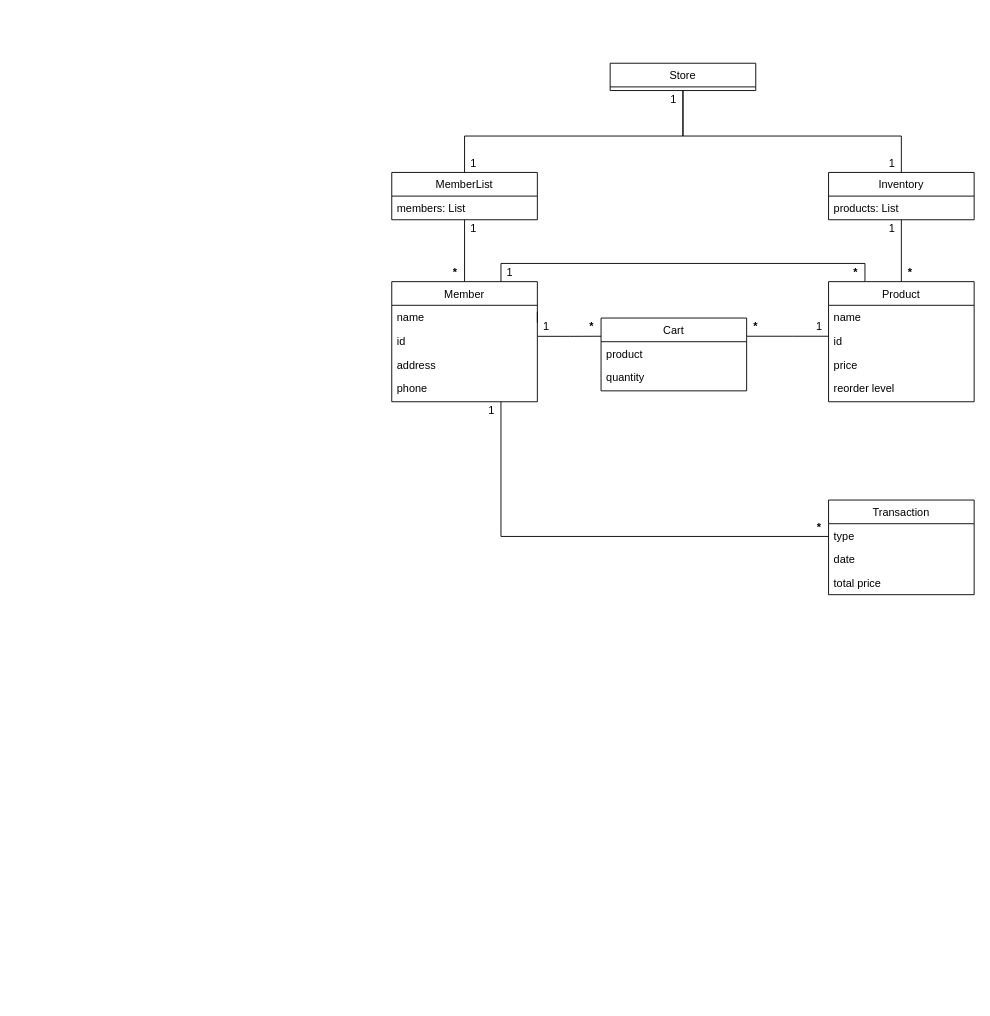
qaalib101/ICS372GroupProject1 keeps this draw.io diagram as Class Diagrams/Physical/ClassDiagram.drawio. Above is the earlier version. Source tidied: cells renumbered, new cells numbered last; positions are measured from the earlier drawing's top-left corner, leaving out a move shared by most shapes. Both pictures are drawn from the tidied source at 91%, with x=0, y=0 at pixel (391, 63).
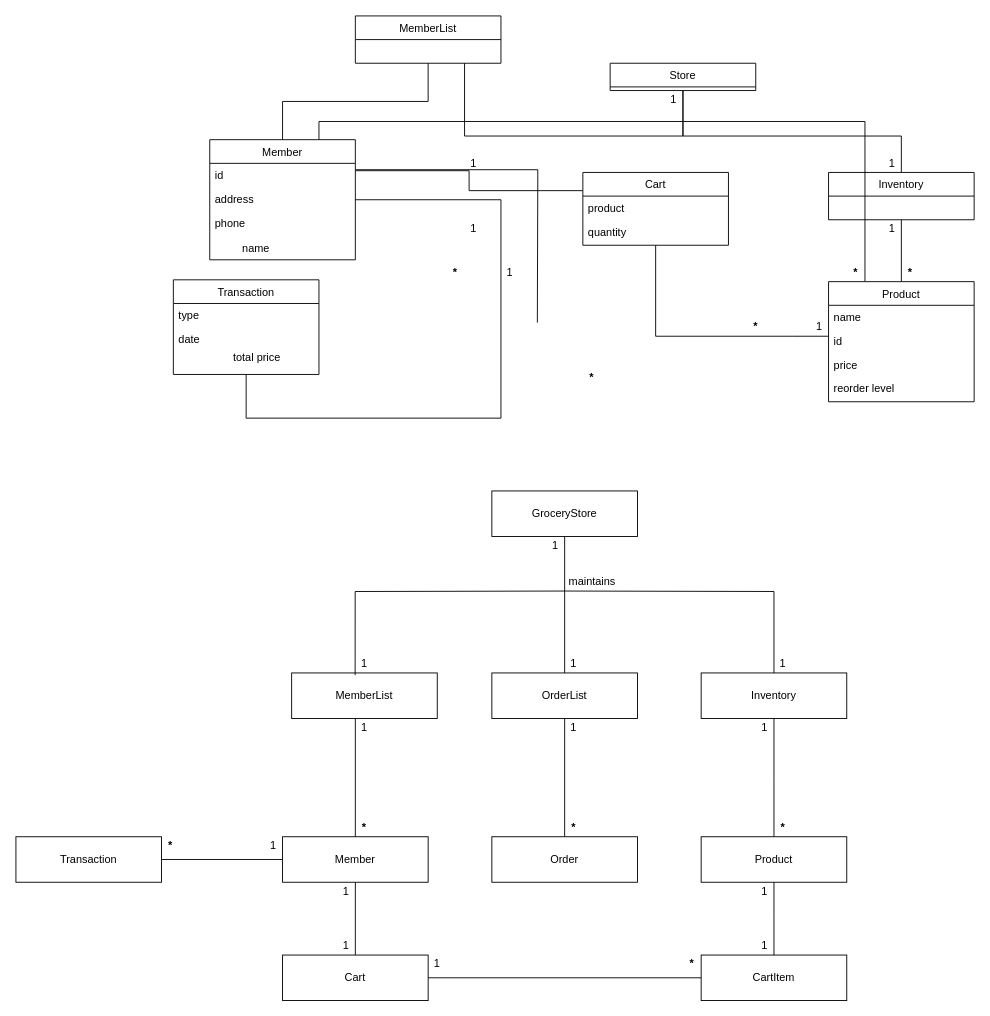
The same diagram, later.

Unchanged cells that the change refers to:
```xml
<mxCell id="9" value="Inventory" style="swimlane;fontStyle=0;align=center;verticalAlign=top;horizontal=1;startSize=26;rounded=0;shadow=0;strokeWidth=1;" parent="1" vertex="1">
  <mxGeometry x="480" y="120" width="160" height="52" as="geometry" />
</mxCell>
```

The edit, as a diff of the source:
```diff
@@
     <mxCell id="6" value="MemberList" style="swimlane;fontStyle=0;align=center;verticalAlign=top;horizontal=1;startSize=26;rounded=0;shadow=0;strokeWidth=1;" parent="1" vertex="1">
-      <mxGeometry y="120" width="160" height="52" as="geometry" />
+      <mxGeometry x="-40" y="-52" width="160" height="52" as="geometry" />
     </mxCell>
-    <mxCell id="7" value="members: List" style="text;align=left;verticalAlign=top;spacingLeft=4;spacingRight=4;overflow=hidden;" parent="6" vertex="1">
-      <mxGeometry y="26" width="160" height="26" as="geometry" />
-    </mxCell>
@@
-    <mxCell id="10" value="products: List" style="text;align=left;verticalAlign=top;spacingLeft=4;spacingRight=4;overflow=hidden;" parent="9" vertex="1">
-      <mxGeometry y="26" width="160" height="26" as="geometry" />
-    </mxCell>
     <mxCell id="11" style="edgeStyle=orthogonalEdgeStyle;rounded=0;jettySize=auto;html=1;endArrow=none;endFill=0;" parent="1" edge="1" source="13" target="28">
       <mxGeometry relative="1" as="geometry">
         <Array as="points">
-          <mxPoint x="120" y="520" />
+          <mxPoint x="120" y="390" />
+          <mxPoint x="-160" y="390" />
         </Array>
       </mxGeometry>
     </mxCell>
@@
     <mxCell id="13" value="Member" style="swimlane;fontStyle=0;align=center;verticalAlign=top;horizontal=1;startSize=26;rounded=0;shadow=0;strokeWidth=1;" parent="1" vertex="1">
-      <mxGeometry y="240" width="160" height="132" as="geometry" />
+      <mxGeometry x="-200" y="84" width="160" height="132" as="geometry" />
     </mxCell>
-    <mxCell id="14" value="name" style="text;align=left;verticalAlign=top;spacingLeft=4;spacingRight=4;overflow=hidden;" parent="13" vertex="1">
-      <mxGeometry y="26" width="160" height="26" as="geometry" />
-    </mxCell>
     <mxCell id="15" value="id" style="text;align=left;verticalAlign=top;spacingLeft=4;spacingRight=4;overflow=hidden;points=[[0,0.5],[1,0.5]];portConstraint=eastwest;rounded=0;shadow=0;html=0;" parent="13" vertex="1">
-      <mxGeometry y="52" width="160" height="26" as="geometry" />
+      <mxGeometry y="26" width="160" height="26" as="geometry" />
     </mxCell>
     <mxCell id="16" value="address" style="text;align=left;verticalAlign=top;spacingLeft=4;spacingRight=4;overflow=hidden;rounded=0;shadow=0;html=0;" parent="13" vertex="1">
-      <mxGeometry y="78" width="160" height="26" as="geometry" />
+      <mxGeometry y="52" width="160" height="26" as="geometry" />
     </mxCell>
     <mxCell id="17" value="phone" style="text;align=left;verticalAlign=top;spacingLeft=4;spacingRight=4;overflow=hidden;" parent="13" vertex="1">
-      <mxGeometry y="104" width="160" height="26" as="geometry" />
+      <mxGeometry y="78" width="160" height="26" as="geometry" />
     </mxCell>
@@
     <mxCell id="25" value="Cart" style="swimlane;fontStyle=0;align=center;verticalAlign=top;horizontal=1;startSize=26;rounded=0;shadow=0;strokeWidth=1;" parent="1" vertex="1">
-      <mxGeometry x="230" y="280" width="160" height="80" as="geometry" />
+      <mxGeometry x="210" y="120" width="160" height="80" as="geometry" />
     </mxCell>
@@
     <mxCell id="28" value="Transaction" style="swimlane;fontStyle=0;align=center;verticalAlign=top;horizontal=1;startSize=26;rounded=0;shadow=0;strokeWidth=1;" parent="1" vertex="1">
-      <mxGeometry x="480" y="480" width="160" height="104" as="geometry" />
+      <mxGeometry x="-240" y="238" width="160" height="104" as="geometry" />
     </mxCell>
@@
-    <mxCell id="31" value="total price" style="text;align=left;verticalAlign=top;spacingLeft=4;spacingRight=4;overflow=hidden;rounded=0;shadow=0;html=0;" parent="28" vertex="1">
-      <mxGeometry y="78" width="160" height="26" as="geometry" />
-    </mxCell>
@@
     <mxCell id="37" value="1" style="text;html=1;strokeColor=none;fillColor=none;align=center;verticalAlign=middle;whiteSpace=wrap;rounded=0;" parent="1" vertex="1">
-      <mxGeometry x="100" y="372" width="20" height="20" as="geometry" />
+      <mxGeometry x="170" y="520" width="20" height="20" as="geometry" />
     </mxCell>
@@
     <mxCell id="40" value="1" style="text;html=1;strokeColor=none;fillColor=none;align=center;verticalAlign=middle;whiteSpace=wrap;rounded=0;" parent="1" vertex="1">
-      <mxGeometry x="160" y="280" width="20" height="20" as="geometry" />
+      <mxGeometry x="-40" y="650" width="20" height="20" as="geometry" />
     </mxCell>
@@
     <mxCell id="45" value="&lt;b&gt;*&lt;/b&gt;" style="text;html=1;strokeColor=none;fillColor=none;align=center;verticalAlign=middle;whiteSpace=wrap;rounded=0;" parent="1" vertex="1">
-      <mxGeometry x="210" y="280" width="20" height="20" as="geometry" />
+      <mxGeometry x="210" y="336" width="20" height="20" as="geometry" />
     </mxCell>
@@
     <mxCell id="47" value="&lt;b&gt;*&lt;/b&gt;" style="text;html=1;strokeColor=none;fillColor=none;align=center;verticalAlign=middle;whiteSpace=wrap;rounded=0;" parent="1" vertex="1">
-      <mxGeometry x="460" y="500" width="20" height="20" as="geometry" />
+      <mxGeometry x="420" y="830" width="20" height="20" as="geometry" />
     </mxCell>
+    <mxCell id="48" value="GroceryStore" style="rounded=0;whiteSpace=wrap;html=1;" parent="1" vertex="1">
+      <mxGeometry x="110" y="470" width="160" height="50" as="geometry" />
+    </mxCell>
+    <mxCell id="49" value="Inventory" style="rounded=0;whiteSpace=wrap;html=1;" parent="1" vertex="1">
+      <mxGeometry x="340" y="670" width="160" height="50" as="geometry" />
+    </mxCell>
+    <mxCell id="50" value="OrderList" style="rounded=0;whiteSpace=wrap;html=1;" parent="1" vertex="1">
+      <mxGeometry x="110" y="670" width="160" height="50" as="geometry" />
+    </mxCell>
+    <mxCell id="51" value="MemberList" style="rounded=0;whiteSpace=wrap;html=1;" parent="1" vertex="1">
+      <mxGeometry x="-110" y="670" width="160" height="50" as="geometry" />
+    </mxCell>
+    <mxCell id="52" value="Member" style="rounded=0;whiteSpace=wrap;html=1;" parent="1" vertex="1">
+      <mxGeometry x="-120" y="850" width="160" height="50" as="geometry" />
+    </mxCell>
+    <mxCell id="53" value="Order" style="rounded=0;whiteSpace=wrap;html=1;" parent="1" vertex="1">
+      <mxGeometry x="110" y="850" width="160" height="50" as="geometry" />
+    </mxCell>
+    <mxCell id="54" value="Product" style="rounded=0;whiteSpace=wrap;html=1;" parent="1" vertex="1">
+      <mxGeometry x="340" y="850" width="160" height="50" as="geometry" />
+    </mxCell>
+    <mxCell id="31" value="total price" style="text;align=left;verticalAlign=top;spacingLeft=4;spacingRight=4;overflow=hidden;rounded=0;shadow=0;html=0;" parent="1" vertex="1">
+      <mxGeometry x="-180" y="310" width="160" height="26" as="geometry" />
+    </mxCell>
+    <mxCell id="14" value="name" style="text;align=left;verticalAlign=top;spacingLeft=4;spacingRight=4;overflow=hidden;" parent="1" vertex="1">
+      <mxGeometry x="-170" y="190" width="160" height="26" as="geometry" />
+    </mxCell>
+    <mxCell id="55" style="endArrow=none;html=1;rounded=0;edgeStyle=orthogonalEdgeStyle;entryX=0.5;entryY=1;entryDx=0;entryDy=0;exitX=0.5;exitY=0;exitDx=0;exitDy=0;" parent="1" edge="1" source="50" target="48">
+      <mxGeometry relative="1" as="geometry" />
+    </mxCell>
+    <mxCell id="56" style="endArrow=none;html=1;rounded=0;edgeStyle=orthogonalEdgeStyle;entryX=0.436;entryY=0.048;entryDx=0;entryDy=0;entryPerimeter=0;" parent="1" edge="1" target="51">
+      <mxGeometry relative="1" as="geometry">
+        <mxPoint x="190" y="580" as="sourcePoint" />
+      </mxGeometry>
+    </mxCell>
+    <mxCell id="57" style="endArrow=none;html=1;rounded=0;edgeStyle=orthogonalEdgeStyle;entryX=0.5;entryY=0;entryDx=0;entryDy=0;" parent="1" edge="1" target="49">
+      <mxGeometry relative="1" as="geometry">
+        <mxPoint x="190" y="580" as="sourcePoint" />
+      </mxGeometry>
+    </mxCell>
+    <mxCell id="58" value="maintains" style="text;html=1;align=center;verticalAlign=middle;strokeColor=none;fillColor=none;" parent="1" vertex="1">
+      <mxGeometry x="185" y="560" width="70" height="20" as="geometry" />
+    </mxCell>
+    <mxCell id="59" value="1" style="text;html=1;strokeColor=none;fillColor=none;align=center;verticalAlign=middle;whiteSpace=wrap;rounded=0;" parent="1" vertex="1">
+      <mxGeometry x="420" y="650" width="20" height="20" as="geometry" />
+    </mxCell>
+    <mxCell id="60" value="1" style="text;html=1;strokeColor=none;fillColor=none;align=center;verticalAlign=middle;whiteSpace=wrap;rounded=0;" parent="1" vertex="1">
+      <mxGeometry x="190" y="650" width="20" height="20" as="geometry" />
+    </mxCell>
+    <mxCell id="61" value="1" style="text;html=1;strokeColor=none;fillColor=none;align=center;verticalAlign=middle;whiteSpace=wrap;rounded=0;" parent="1" vertex="1">
+      <mxGeometry x="-40" y="720" width="20" height="20" as="geometry" />
+    </mxCell>
+    <mxCell id="62" style="endArrow=none;html=1;rounded=0;edgeStyle=orthogonalEdgeStyle;exitX=0.5;exitY=0;exitDx=0;exitDy=0;" parent="1" edge="1" source="52">
+      <mxGeometry relative="1" as="geometry">
+        <mxPoint x="-40" y="720" as="targetPoint" />
+      </mxGeometry>
+    </mxCell>
+    <mxCell id="63" style="endArrow=none;html=1;rounded=0;edgeStyle=orthogonalEdgeStyle;exitX=0.5;exitY=0;exitDx=0;exitDy=0;" parent="1" edge="1" source="53">
+      <mxGeometry relative="1" as="geometry">
+        <mxPoint x="190" y="720" as="targetPoint" />
+      </mxGeometry>
+    </mxCell>
+    <mxCell id="64" style="endArrow=none;html=1;rounded=0;edgeStyle=orthogonalEdgeStyle;exitX=0.5;exitY=0;exitDx=0;exitDy=0;" parent="1" edge="1" source="54">
+      <mxGeometry relative="1" as="geometry">
+        <mxPoint x="420" y="720" as="targetPoint" />
+      </mxGeometry>
+    </mxCell>
+    <mxCell id="65" value="1" style="text;html=1;strokeColor=none;fillColor=none;align=center;verticalAlign=middle;whiteSpace=wrap;rounded=0;" parent="1" vertex="1">
+      <mxGeometry x="190" y="720" width="20" height="20" as="geometry" />
+    </mxCell>
+    <mxCell id="66" value="1" style="text;html=1;strokeColor=none;fillColor=none;align=center;verticalAlign=middle;whiteSpace=wrap;rounded=0;" parent="1" vertex="1">
+      <mxGeometry x="400" y="720" width="20" height="20" as="geometry" />
+    </mxCell>
+    <mxCell id="67" value="&lt;b&gt;*&lt;/b&gt;" style="text;html=1;strokeColor=none;fillColor=none;align=center;verticalAlign=middle;whiteSpace=wrap;rounded=0;" parent="1" vertex="1">
+      <mxGeometry x="190" y="830" width="20" height="20" as="geometry" />
+    </mxCell>
+    <mxCell id="68" value="&lt;b&gt;*&lt;/b&gt;" style="text;html=1;strokeColor=none;fillColor=none;align=center;verticalAlign=middle;whiteSpace=wrap;rounded=0;" parent="1" vertex="1">
+      <mxGeometry x="-40" y="830" width="20" height="20" as="geometry" />
+    </mxCell>
+    <mxCell id="69" value="Transaction" style="rounded=0;whiteSpace=wrap;html=1;" parent="1" vertex="1">
+      <mxGeometry x="-413" y="850" width="160" height="50" as="geometry" />
+    </mxCell>
+    <mxCell id="70" value="Cart" style="rounded=0;whiteSpace=wrap;html=1;" parent="1" vertex="1">
+      <mxGeometry x="-120" y="980" width="160" height="50" as="geometry" />
+    </mxCell>
+    <mxCell id="71" value="CartItem" style="rounded=0;whiteSpace=wrap;html=1;" parent="1" vertex="1">
+      <mxGeometry x="340" y="980" width="160" height="50" as="geometry" />
+    </mxCell>
+    <mxCell id="72" style="endArrow=none;html=1;rounded=0;edgeStyle=orthogonalEdgeStyle;" parent="1" edge="1">
+      <mxGeometry relative="1" as="geometry">
+        <mxPoint x="-40" y="980" as="sourcePoint" />
+        <mxPoint x="-40" y="900" as="targetPoint" />
+        <Array as="points">
+          <mxPoint x="-40" y="970" />
+          <mxPoint x="-40" y="970" />
+        </Array>
+      </mxGeometry>
+    </mxCell>
+    <mxCell id="73" style="endArrow=none;html=1;rounded=0;edgeStyle=orthogonalEdgeStyle;exitX=0.5;exitY=0;exitDx=0;exitDy=0;" parent="1" edge="1" source="71">
+      <mxGeometry relative="1" as="geometry">
+        <mxPoint x="420" y="900" as="targetPoint" />
+      </mxGeometry>
+    </mxCell>
+    <mxCell id="74" style="endArrow=none;html=1;rounded=0;edgeStyle=orthogonalEdgeStyle;exitX=1;exitY=0.5;exitDx=0;exitDy=0;entryX=0;entryY=0.5;entryDx=0;entryDy=0;" parent="1" edge="1" source="70" target="71">
+      <mxGeometry relative="1" as="geometry" />
+    </mxCell>
+    <mxCell id="75" style="endArrow=none;html=1;rounded=0;edgeStyle=orthogonalEdgeStyle;exitX=0;exitY=0.5;exitDx=0;exitDy=0;entryX=1;entryY=0.5;entryDx=0;entryDy=0;" parent="1" edge="1" source="52" target="69">
+      <mxGeometry relative="1" as="geometry" />
+    </mxCell>
+    <mxCell id="76" value="1" style="text;html=1;strokeColor=none;fillColor=none;align=center;verticalAlign=middle;whiteSpace=wrap;rounded=0;" parent="1" vertex="1">
+      <mxGeometry x="-140" y="850" width="20" height="20" as="geometry" />
+    </mxCell>
+    <mxCell id="77" value="1" style="text;html=1;strokeColor=none;fillColor=none;align=center;verticalAlign=middle;whiteSpace=wrap;rounded=0;" parent="1" vertex="1">
+      <mxGeometry x="-60" y="900" width="20" height="20" as="geometry" />
+    </mxCell>
+    <mxCell id="78" value="&lt;b&gt;*&lt;/b&gt;" style="text;html=1;strokeColor=none;fillColor=none;align=center;verticalAlign=middle;whiteSpace=wrap;rounded=0;" parent="1" vertex="1">
+      <mxGeometry x="-253" y="850" width="20" height="20" as="geometry" />
+    </mxCell>
+    <mxCell id="79" value="1" style="text;html=1;strokeColor=none;fillColor=none;align=center;verticalAlign=middle;whiteSpace=wrap;rounded=0;" parent="1" vertex="1">
+      <mxGeometry x="-60" y="960" width="20" height="20" as="geometry" />
+    </mxCell>
+    <mxCell id="80" value="1" style="text;html=1;strokeColor=none;fillColor=none;align=center;verticalAlign=middle;whiteSpace=wrap;rounded=0;" parent="1" vertex="1">
+      <mxGeometry x="40" y="980" width="20" height="20" as="geometry" />
+    </mxCell>
+    <mxCell id="81" value="&lt;b&gt;*&lt;/b&gt;" style="text;html=1;strokeColor=none;fillColor=none;align=center;verticalAlign=middle;whiteSpace=wrap;rounded=0;" parent="1" vertex="1">
+      <mxGeometry x="320" y="980" width="20" height="20" as="geometry" />
+    </mxCell>
+    <mxCell id="82" value="1" style="text;html=1;strokeColor=none;fillColor=none;align=center;verticalAlign=middle;whiteSpace=wrap;rounded=0;" parent="1" vertex="1">
+      <mxGeometry x="400" y="900" width="20" height="20" as="geometry" />
+    </mxCell>
+    <mxCell id="83" value="1" style="text;html=1;strokeColor=none;fillColor=none;align=center;verticalAlign=middle;whiteSpace=wrap;rounded=0;" parent="1" vertex="1">
+      <mxGeometry x="400" y="960" width="20" height="20" as="geometry" />
+    </mxCell>
```
